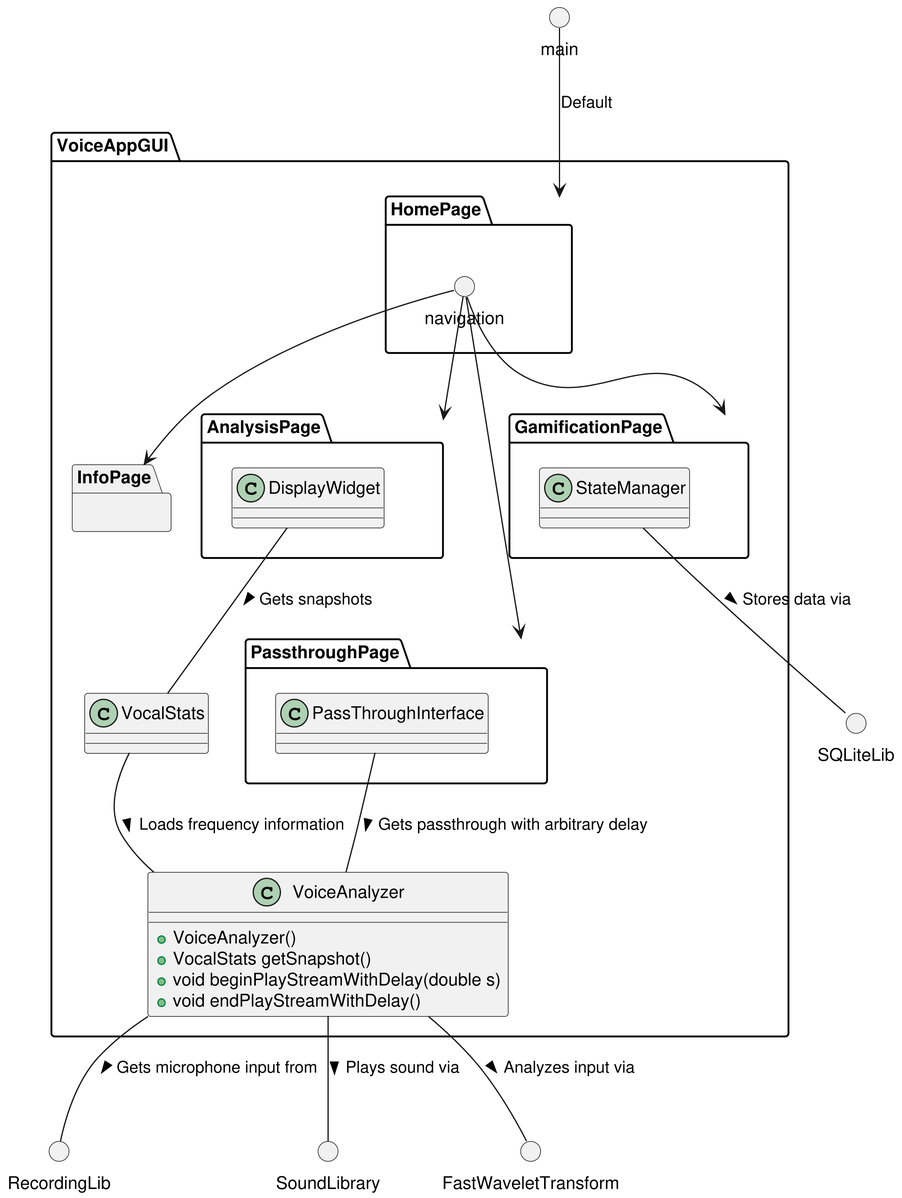
Earlier version of the PlantUML export docs/organization.png (jorbDehmel/voice-training-app).
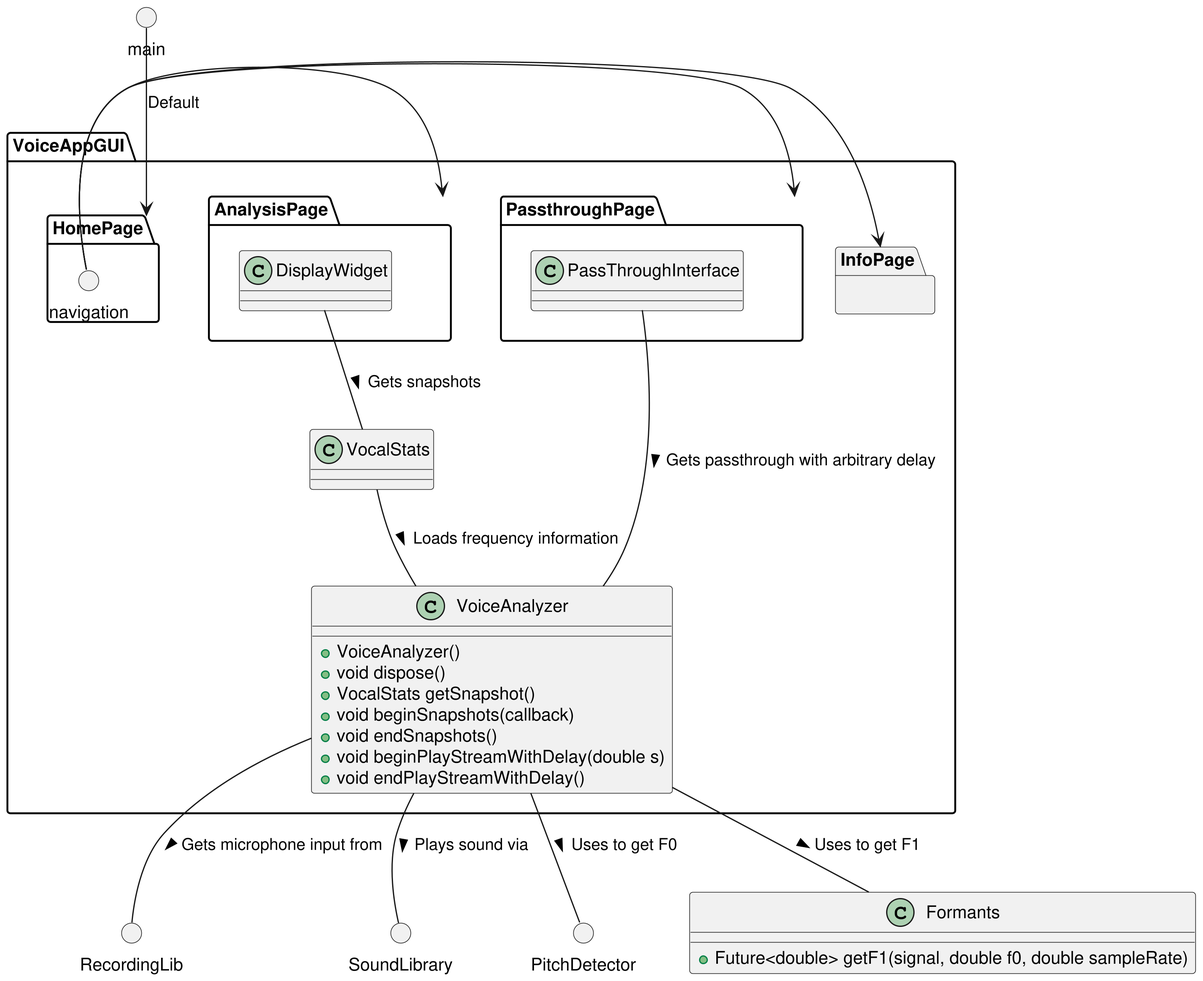
Later version of the same file.

Change to the diagram source:
```diff
@@ -3,15 +3,17 @@
 
 () RecordingLib
 () SoundLibrary
-() FastWaveletTransform
-() SQLiteLib
+() PitchDetector
 
 package VoiceAppGUI {
     class VocalStats {}
 
     class VoiceAnalyzer {
         + VoiceAnalyzer()
+        + void dispose()
         + VocalStats getSnapshot()
+        + void beginSnapshots(callback)
+        + void endSnapshots()
         + void beginPlayStreamWithDelay(double s)
         + void endPlayStreamWithDelay()
     }
@@ -28,16 +30,11 @@
         class PassThroughInterface {}
     }
 
-    package GamificationPage {
-        class StateManager {}
-    }
-
     package InfoPage {}
 
-    nav1 --> AnalysisPage
-    nav1 --> PassthroughPage
-    nav1 --> GamificationPage
-    nav1 --> InfoPage
+    nav1 -> AnalysisPage
+    nav1 -> PassthroughPage
+    nav1 -> InfoPage
 
     DisplayWidget -- VocalStats : Gets snapshots >
     VocalStats -- VoiceAnalyzer : Loads frequency information >
@@ -46,10 +43,14 @@
 
 VoiceAnalyzer -- RecordingLib : Gets microphone input from >
 VoiceAnalyzer -- SoundLibrary : Plays sound via >
-VoiceAnalyzer -- FastWaveletTransform : Analyzes input via >
-StateManager -- SQLiteLib : Stores data via >
+VoiceAnalyzer -- Formants : Uses to get F1 >
+VoiceAnalyzer -- PitchDetector : Uses to get F0 >
 
 () main
 main --> HomePage : Default
 
+class Formants {
+    + Future<double> getF1(signal, double f0, double sampleRate)
+}
+
 @enduml
```
